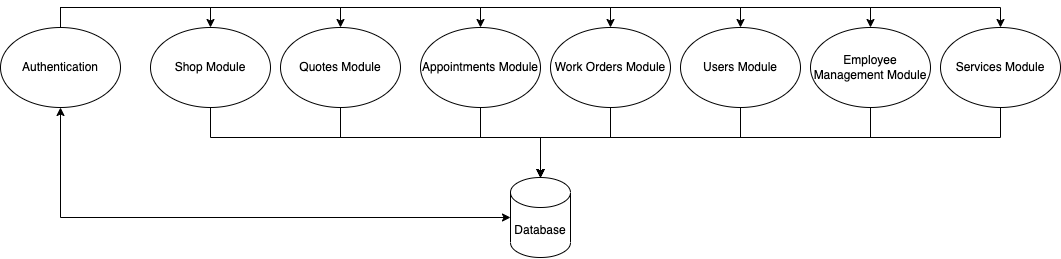
This is docs/Design/SystDesign/component-diagram.png from arkinmodi/project-sayyara, a draw.io export, as it was before one commit. Source tidied: cells renumbered, new cells last; positions are measured from the earlier drawing's top-left corner, leaving out a move shared by most shapes. Source of this version:
```xml
<mxGraphModel>
  <root>
    <mxCell id="0" />
    <mxCell id="1" parent="0" />
    <mxCell id="2" style="edgeStyle=orthogonalEdgeStyle;rounded=0;jettySize=auto;html=1;" parent="1" edge="1" source="3">
      <mxGeometry relative="1" as="geometry">
        <mxPoint x="540" y="170" as="targetPoint" />
        <Array as="points">
          <mxPoint x="740" y="130" />
          <mxPoint x="540" y="130" />
        </Array>
      </mxGeometry>
    </mxCell>
    <mxCell id="3" value="Users Module" style="ellipse;whiteSpace=wrap;html=1;" parent="1" vertex="1">
      <mxGeometry x="680" y="20" width="120" height="80" as="geometry" />
    </mxCell>
    <mxCell id="4" style="edgeStyle=orthogonalEdgeStyle;rounded=0;jettySize=auto;html=1;entryX=0.5;entryY=0;entryDx=0;entryDy=0;entryPerimeter=0;" parent="1" edge="1" source="5" target="25">
      <mxGeometry relative="1" as="geometry">
        <Array as="points">
          <mxPoint x="870" y="130" />
          <mxPoint x="540" y="130" />
        </Array>
      </mxGeometry>
    </mxCell>
    <mxCell id="5" value="Employee Management Module" style="ellipse;whiteSpace=wrap;html=1;" parent="1" vertex="1">
      <mxGeometry x="810" y="20" width="120" height="80" as="geometry" />
    </mxCell>
    <mxCell id="6" style="edgeStyle=orthogonalEdgeStyle;rounded=0;jettySize=auto;html=1;" parent="1" edge="1" source="7">
      <mxGeometry relative="1" as="geometry">
        <mxPoint x="540" y="170" as="targetPoint" />
        <Array as="points">
          <mxPoint x="480" y="130" />
          <mxPoint x="540" y="130" />
        </Array>
      </mxGeometry>
    </mxCell>
    <mxCell id="7" value="Appointments Module" style="ellipse;whiteSpace=wrap;html=1;" parent="1" vertex="1">
      <mxGeometry x="420" y="20" width="120" height="80" as="geometry" />
    </mxCell>
    <mxCell id="8" style="edgeStyle=orthogonalEdgeStyle;rounded=0;jettySize=auto;html=1;entryX=0.5;entryY=0;entryDx=0;entryDy=0;entryPerimeter=0;" parent="1" edge="1" source="9" target="25">
      <mxGeometry relative="1" as="geometry">
        <Array as="points">
          <mxPoint x="340" y="130" />
          <mxPoint x="540" y="130" />
        </Array>
      </mxGeometry>
    </mxCell>
    <mxCell id="9" value="Quotes Module" style="ellipse;whiteSpace=wrap;html=1;" parent="1" vertex="1">
      <mxGeometry x="280" y="20" width="120" height="80" as="geometry" />
    </mxCell>
    <mxCell id="10" style="edgeStyle=orthogonalEdgeStyle;rounded=0;jettySize=auto;html=1;entryX=0.5;entryY=0;entryDx=0;entryDy=0;entryPerimeter=0;" parent="1" edge="1" source="11" target="25">
      <mxGeometry relative="1" as="geometry">
        <Array as="points">
          <mxPoint x="1000" y="130" />
          <mxPoint x="540" y="130" />
        </Array>
      </mxGeometry>
    </mxCell>
    <mxCell id="11" value="Services Module" style="ellipse;whiteSpace=wrap;html=1;" parent="1" vertex="1">
      <mxGeometry x="940" y="20" width="120" height="80" as="geometry" />
    </mxCell>
    <mxCell id="12" style="edgeStyle=orthogonalEdgeStyle;rounded=0;jettySize=auto;html=1;entryX=0.5;entryY=0;entryDx=0;entryDy=0;entryPerimeter=0;" parent="1" edge="1" target="25">
      <mxGeometry relative="1" as="geometry">
        <mxPoint x="210" y="100" as="sourcePoint" />
        <Array as="points">
          <mxPoint x="210" y="130" />
          <mxPoint x="540" y="130" />
        </Array>
      </mxGeometry>
    </mxCell>
    <mxCell id="13" value="Shop Module" style="ellipse;whiteSpace=wrap;html=1;" parent="1" vertex="1">
      <mxGeometry x="150" y="20" width="120" height="80" as="geometry" />
    </mxCell>
    <mxCell id="14" style="edgeStyle=orthogonalEdgeStyle;rounded=0;jettySize=auto;html=1;entryX=0.5;entryY=0;entryDx=0;entryDy=0;" parent="1" edge="1" source="22">
      <mxGeometry relative="1" as="geometry">
        <mxPoint x="210" y="20" as="targetPoint" />
        <Array as="points">
          <mxPoint x="60" />
          <mxPoint x="210" />
        </Array>
      </mxGeometry>
    </mxCell>
    <mxCell id="15" style="edgeStyle=orthogonalEdgeStyle;rounded=0;jettySize=auto;html=1;entryX=0.5;entryY=0;entryDx=0;entryDy=0;" parent="1" edge="1" target="9">
      <mxGeometry relative="1" as="geometry">
        <mxPoint x="540" as="sourcePoint" />
      </mxGeometry>
    </mxCell>
    <mxCell id="16" style="edgeStyle=orthogonalEdgeStyle;rounded=0;jettySize=auto;html=1;entryX=0.5;entryY=0;entryDx=0;entryDy=0;" parent="1" edge="1" source="22" target="7">
      <mxGeometry relative="1" as="geometry">
        <Array as="points">
          <mxPoint x="60" />
          <mxPoint x="480" />
        </Array>
      </mxGeometry>
    </mxCell>
    <mxCell id="17" style="edgeStyle=orthogonalEdgeStyle;rounded=0;jettySize=auto;html=1;entryX=0.5;entryY=0;entryDx=0;entryDy=0;" parent="1" edge="1" source="22" target="24">
      <mxGeometry relative="1" as="geometry">
        <Array as="points">
          <mxPoint x="60" />
          <mxPoint x="610" />
        </Array>
      </mxGeometry>
    </mxCell>
    <mxCell id="18" style="edgeStyle=orthogonalEdgeStyle;rounded=0;jettySize=auto;html=1;entryX=0.5;entryY=0;entryDx=0;entryDy=0;" parent="1" edge="1" source="22" target="3">
      <mxGeometry relative="1" as="geometry">
        <Array as="points">
          <mxPoint x="60" />
          <mxPoint x="740" />
        </Array>
      </mxGeometry>
    </mxCell>
    <mxCell id="19" style="edgeStyle=orthogonalEdgeStyle;rounded=0;jettySize=auto;html=1;entryX=0.5;entryY=0;entryDx=0;entryDy=0;" parent="1" edge="1" source="22" target="5">
      <mxGeometry relative="1" as="geometry">
        <Array as="points">
          <mxPoint x="60" />
          <mxPoint x="870" />
        </Array>
      </mxGeometry>
    </mxCell>
    <mxCell id="20" style="edgeStyle=orthogonalEdgeStyle;rounded=0;jettySize=auto;html=1;entryX=0.5;entryY=0;entryDx=0;entryDy=0;" parent="1" edge="1" target="11">
      <mxGeometry relative="1" as="geometry">
        <mxPoint x="540" as="sourcePoint" />
        <Array as="points">
          <mxPoint x="540" />
          <mxPoint x="1000" />
        </Array>
      </mxGeometry>
    </mxCell>
    <mxCell id="21" style="edgeStyle=orthogonalEdgeStyle;rounded=0;jettySize=auto;html=1;entryX=0;entryY=0.5;entryDx=0;entryDy=0;entryPerimeter=0;startArrow=classic;startFill=1;exitX=0.5;exitY=1;exitDx=0;exitDy=0;" parent="1" edge="1" source="22" target="25">
      <mxGeometry relative="1" as="geometry">
        <Array as="points">
          <mxPoint x="60" y="210" />
        </Array>
      </mxGeometry>
    </mxCell>
    <mxCell id="22" value="Authentication" style="ellipse;whiteSpace=wrap;html=1;" parent="1" vertex="1">
      <mxGeometry y="20" width="120" height="80" as="geometry" />
    </mxCell>
    <mxCell id="23" style="edgeStyle=orthogonalEdgeStyle;rounded=0;jettySize=auto;html=1;entryX=0.5;entryY=0;entryDx=0;entryDy=0;entryPerimeter=0;" parent="1" edge="1" source="24" target="25">
      <mxGeometry relative="1" as="geometry">
        <Array as="points">
          <mxPoint x="610" y="130" />
          <mxPoint x="540" y="130" />
        </Array>
      </mxGeometry>
    </mxCell>
    <mxCell id="24" value="Work Orders Module" style="ellipse;whiteSpace=wrap;html=1;" parent="1" vertex="1">
      <mxGeometry x="550" y="20" width="120" height="80" as="geometry" />
    </mxCell>
    <mxCell id="25" value="Database" style="shape=cylinder3;whiteSpace=wrap;html=1;boundedLbl=1;backgroundOutline=1;size=15;" parent="1" vertex="1">
      <mxGeometry x="510" y="170" width="60" height="80" as="geometry" />
    </mxCell>
  </root>
</mxGraphModel>
```
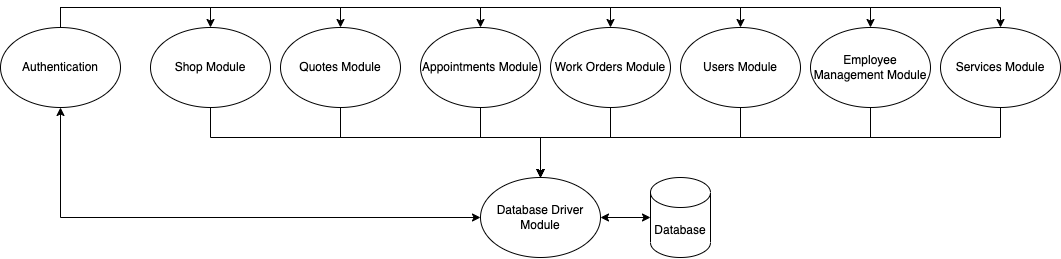
After the commit.

Diff of the diagram source:
```diff
@@ -14,8 +14,9 @@
     <mxCell id="3" value="Users Module" style="ellipse;whiteSpace=wrap;html=1;" parent="1" vertex="1">
       <mxGeometry x="680" y="20" width="120" height="80" as="geometry" />
     </mxCell>
-    <mxCell id="4" style="edgeStyle=orthogonalEdgeStyle;rounded=0;jettySize=auto;html=1;entryX=0.5;entryY=0;entryDx=0;entryDy=0;entryPerimeter=0;" parent="1" edge="1" source="5" target="25">
+    <mxCell id="4" style="edgeStyle=orthogonalEdgeStyle;rounded=0;jettySize=auto;html=1;entryX=0.5;entryY=0;entryDx=0;entryDy=0;entryPerimeter=0;" parent="1" edge="1" source="5">
       <mxGeometry relative="1" as="geometry">
+        <mxPoint x="540" y="170" as="targetPoint" />
         <Array as="points">
           <mxPoint x="870" y="130" />
           <mxPoint x="540" y="130" />
@@ -37,8 +38,9 @@
     <mxCell id="7" value="Appointments Module" style="ellipse;whiteSpace=wrap;html=1;" parent="1" vertex="1">
       <mxGeometry x="420" y="20" width="120" height="80" as="geometry" />
     </mxCell>
-    <mxCell id="8" style="edgeStyle=orthogonalEdgeStyle;rounded=0;jettySize=auto;html=1;entryX=0.5;entryY=0;entryDx=0;entryDy=0;entryPerimeter=0;" parent="1" edge="1" source="9" target="25">
+    <mxCell id="8" style="edgeStyle=orthogonalEdgeStyle;rounded=0;jettySize=auto;html=1;entryX=0.5;entryY=0;entryDx=0;entryDy=0;entryPerimeter=0;" parent="1" edge="1" source="9">
       <mxGeometry relative="1" as="geometry">
+        <mxPoint x="540" y="170" as="targetPoint" />
         <Array as="points">
           <mxPoint x="340" y="130" />
           <mxPoint x="540" y="130" />
@@ -48,8 +50,9 @@
     <mxCell id="9" value="Quotes Module" style="ellipse;whiteSpace=wrap;html=1;" parent="1" vertex="1">
       <mxGeometry x="280" y="20" width="120" height="80" as="geometry" />
     </mxCell>
-    <mxCell id="10" style="edgeStyle=orthogonalEdgeStyle;rounded=0;jettySize=auto;html=1;entryX=0.5;entryY=0;entryDx=0;entryDy=0;entryPerimeter=0;" parent="1" edge="1" source="11" target="25">
+    <mxCell id="10" style="edgeStyle=orthogonalEdgeStyle;rounded=0;jettySize=auto;html=1;entryX=0.5;entryY=0;entryDx=0;entryDy=0;entryPerimeter=0;" parent="1" edge="1" source="11">
       <mxGeometry relative="1" as="geometry">
+        <mxPoint x="540" y="170" as="targetPoint" />
         <Array as="points">
           <mxPoint x="1000" y="130" />
           <mxPoint x="540" y="130" />
@@ -59,9 +62,10 @@
     <mxCell id="11" value="Services Module" style="ellipse;whiteSpace=wrap;html=1;" parent="1" vertex="1">
       <mxGeometry x="940" y="20" width="120" height="80" as="geometry" />
     </mxCell>
-    <mxCell id="12" style="edgeStyle=orthogonalEdgeStyle;rounded=0;jettySize=auto;html=1;entryX=0.5;entryY=0;entryDx=0;entryDy=0;entryPerimeter=0;" parent="1" edge="1" target="25">
+    <mxCell id="12" style="edgeStyle=orthogonalEdgeStyle;rounded=0;orthogonalLoop=1;jettySize=auto;html=1;entryX=0.5;entryY=0;entryDx=0;entryDy=0;entryPerimeter=0;" parent="1" edge="1">
       <mxGeometry relative="1" as="geometry">
         <mxPoint x="210" y="100" as="sourcePoint" />
+        <mxPoint x="540" y="170" as="targetPoint" />
         <Array as="points">
           <mxPoint x="210" y="130" />
           <mxPoint x="540" y="130" />
@@ -126,7 +130,7 @@
         </Array>
       </mxGeometry>
     </mxCell>
-    <mxCell id="21" style="edgeStyle=orthogonalEdgeStyle;rounded=0;jettySize=auto;html=1;entryX=0;entryY=0.5;entryDx=0;entryDy=0;entryPerimeter=0;startArrow=classic;startFill=1;exitX=0.5;exitY=1;exitDx=0;exitDy=0;" parent="1" edge="1" source="22" target="25">
+    <mxCell id="21" style="edgeStyle=orthogonalEdgeStyle;rounded=0;jettySize=auto;html=1;entryX=0;entryY=0.5;entryDx=0;entryDy=0;startArrow=classic;startFill=1;exitX=0.5;exitY=1;exitDx=0;exitDy=0;" parent="1" edge="1" source="22" target="27">
       <mxGeometry relative="1" as="geometry">
         <Array as="points">
           <mxPoint x="60" y="210" />
@@ -136,8 +140,9 @@
     <mxCell id="22" value="Authentication" style="ellipse;whiteSpace=wrap;html=1;" parent="1" vertex="1">
       <mxGeometry y="20" width="120" height="80" as="geometry" />
     </mxCell>
-    <mxCell id="23" style="edgeStyle=orthogonalEdgeStyle;rounded=0;jettySize=auto;html=1;entryX=0.5;entryY=0;entryDx=0;entryDy=0;entryPerimeter=0;" parent="1" edge="1" source="24" target="25">
+    <mxCell id="23" style="edgeStyle=orthogonalEdgeStyle;rounded=0;jettySize=auto;html=1;entryX=0.5;entryY=0;entryDx=0;entryDy=0;entryPerimeter=0;" parent="1" edge="1" source="24">
       <mxGeometry relative="1" as="geometry">
+        <mxPoint x="540" y="170" as="targetPoint" />
         <Array as="points">
           <mxPoint x="610" y="130" />
           <mxPoint x="540" y="130" />
@@ -147,8 +152,14 @@
     <mxCell id="24" value="Work Orders Module" style="ellipse;whiteSpace=wrap;html=1;" parent="1" vertex="1">
       <mxGeometry x="550" y="20" width="120" height="80" as="geometry" />
     </mxCell>
+    <mxCell id="26" style="edgeStyle=orthogonalEdgeStyle;rounded=0;jettySize=auto;html=1;entryX=0;entryY=0.5;entryDx=0;entryDy=0;entryPerimeter=0;startArrow=classic;startFill=1;" parent="1" edge="1" source="27" target="25">
+      <mxGeometry relative="1" as="geometry" />
+    </mxCell>
+    <mxCell id="27" value="Database Driver Module" style="ellipse;whiteSpace=wrap;html=1;" parent="1" vertex="1">
+      <mxGeometry x="480" y="170" width="120" height="80" as="geometry" />
+    </mxCell>
     <mxCell id="25" value="Database" style="shape=cylinder3;whiteSpace=wrap;html=1;boundedLbl=1;backgroundOutline=1;size=15;" parent="1" vertex="1">
-      <mxGeometry x="510" y="170" width="60" height="80" as="geometry" />
+      <mxGeometry x="650" y="170" width="60" height="80" as="geometry" />
     </mxCell>
   </root>
 </mxGraphModel>
```
